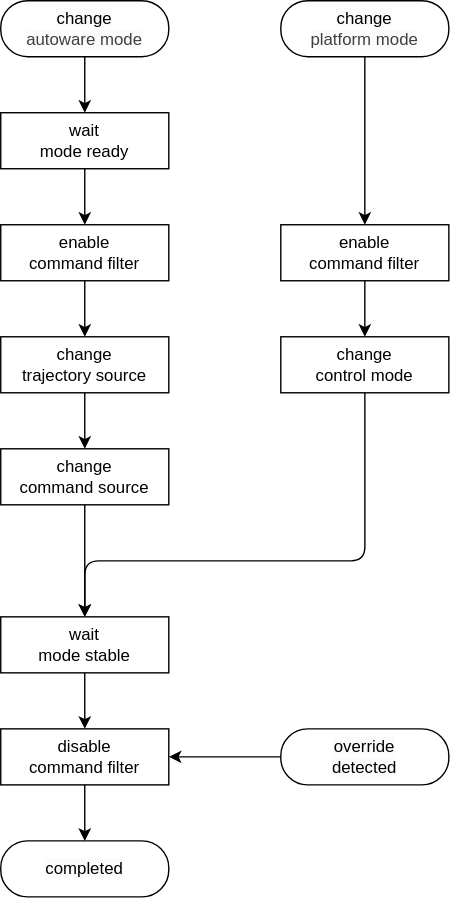
Above: system/autoware_driving_mode_manager/doc/transition-logic.drawio.svg in isamu-takagi/autoware_universe (draw.io), before the change. Source tidied: cells renumbered, new cells last; positions are measured from the earlier drawing's top-left corner, leaving out a move shared by most shapes. Its diagram source:
```xml
<mxGraphModel>
  <root>
    <mxCell id="0" />
    <mxCell id="1" parent="0" />
    <mxCell id="2" style="edgeStyle=orthogonalEdgeStyle;shape=connector;rounded=1;html=1;strokeColor=default;align=center;verticalAlign=middle;fontFamily=Helvetica;fontSize=11;fontColor=default;labelBackgroundColor=default;endArrow=classic;" parent="1" edge="1" source="3" target="7">
      <mxGeometry relative="1" as="geometry" />
    </mxCell>
    <mxCell id="3" value="enable&lt;div&gt;command filter&lt;/div&gt;" style="rounded=0;whiteSpace=wrap;html=1;" parent="1" vertex="1">
      <mxGeometry y="160" width="120" height="40" as="geometry" />
    </mxCell>
    <mxCell id="4" style="edgeStyle=orthogonalEdgeStyle;shape=connector;rounded=1;html=1;strokeColor=default;align=center;verticalAlign=middle;fontFamily=Helvetica;fontSize=11;fontColor=default;labelBackgroundColor=default;endArrow=classic;" parent="1" edge="1" source="5" target="3">
      <mxGeometry relative="1" as="geometry" />
    </mxCell>
    <mxCell id="5" value="wait&lt;div&gt;mode ready&lt;/div&gt;" style="rounded=0;whiteSpace=wrap;html=1;" parent="1" vertex="1">
      <mxGeometry y="80" width="120" height="40" as="geometry" />
    </mxCell>
    <mxCell id="6" style="edgeStyle=none;html=1;" parent="1" edge="1" source="7" target="9">
      <mxGeometry relative="1" as="geometry" />
    </mxCell>
    <mxCell id="7" value="change&lt;div&gt;trajectory source&lt;/div&gt;" style="rounded=0;whiteSpace=wrap;html=1;" parent="1" vertex="1">
      <mxGeometry y="240" width="120" height="40" as="geometry" />
    </mxCell>
    <mxCell id="8" style="edgeStyle=orthogonalEdgeStyle;html=1;" parent="1" edge="1" source="9" target="15">
      <mxGeometry relative="1" as="geometry" />
    </mxCell>
    <mxCell id="9" value="change&lt;div&gt;command source&lt;/div&gt;" style="rounded=0;whiteSpace=wrap;html=1;" parent="1" vertex="1">
      <mxGeometry y="320" width="120" height="40" as="geometry" />
    </mxCell>
    <mxCell id="10" style="edgeStyle=orthogonalEdgeStyle;shape=connector;rounded=1;html=1;strokeColor=default;align=center;verticalAlign=middle;fontFamily=Helvetica;fontSize=11;fontColor=default;labelBackgroundColor=default;endArrow=classic;" parent="1" edge="1" source="11" target="13">
      <mxGeometry relative="1" as="geometry" />
    </mxCell>
    <mxCell id="11" value="enable&lt;div&gt;command filter&lt;/div&gt;" style="rounded=0;whiteSpace=wrap;html=1;" parent="1" vertex="1">
      <mxGeometry x="200" y="160" width="120" height="40" as="geometry" />
    </mxCell>
    <mxCell id="12" style="edgeStyle=orthogonalEdgeStyle;shape=connector;rounded=1;html=1;strokeColor=default;align=center;verticalAlign=middle;fontFamily=Helvetica;fontSize=11;fontColor=default;labelBackgroundColor=default;endArrow=classic;" parent="1" edge="1" source="13" target="15">
      <mxGeometry relative="1" as="geometry">
        <Array as="points">
          <mxPoint x="260" y="400" />
          <mxPoint x="60" y="400" />
        </Array>
      </mxGeometry>
    </mxCell>
    <mxCell id="13" value="change&lt;div&gt;control mode&lt;/div&gt;" style="rounded=0;whiteSpace=wrap;html=1;" parent="1" vertex="1">
      <mxGeometry x="200" y="240" width="120" height="40" as="geometry" />
    </mxCell>
    <mxCell id="14" style="edgeStyle=orthogonalEdgeStyle;shape=connector;rounded=1;html=1;strokeColor=default;align=center;verticalAlign=middle;fontFamily=Helvetica;fontSize=11;fontColor=default;labelBackgroundColor=default;endArrow=classic;" parent="1" edge="1" source="15" target="17">
      <mxGeometry relative="1" as="geometry" />
    </mxCell>
    <mxCell id="15" value="wait&lt;div&gt;mode stable&lt;/div&gt;" style="rounded=0;whiteSpace=wrap;html=1;" parent="1" vertex="1">
      <mxGeometry y="440" width="120" height="40" as="geometry" />
    </mxCell>
    <mxCell id="16" style="edgeStyle=orthogonalEdgeStyle;shape=connector;rounded=1;html=1;strokeColor=default;align=center;verticalAlign=middle;fontFamily=Helvetica;fontSize=11;fontColor=default;labelBackgroundColor=default;endArrow=classic;" parent="1" edge="1" source="17" target="24">
      <mxGeometry relative="1" as="geometry" />
    </mxCell>
    <mxCell id="17" value="disable&lt;div&gt;command filter&lt;/div&gt;" style="rounded=0;whiteSpace=wrap;html=1;" parent="1" vertex="1">
      <mxGeometry y="520" width="120" height="40" as="geometry" />
    </mxCell>
    <mxCell id="18" style="edgeStyle=orthogonalEdgeStyle;shape=connector;rounded=1;html=1;strokeColor=default;align=center;verticalAlign=middle;fontFamily=Helvetica;fontSize=11;fontColor=default;labelBackgroundColor=default;endArrow=classic;" parent="1" edge="1" source="19" target="5">
      <mxGeometry relative="1" as="geometry" />
    </mxCell>
    <mxCell id="19" value="&lt;span style=&quot;color: rgb(0, 0, 0); font-size: 12px; background-color: rgb(251, 251, 251);&quot;&gt;change&lt;/span&gt;&lt;div style=&quot;color: rgb(63, 63, 63); scrollbar-color: rgb(226, 226, 226) rgb(251, 251, 251); font-size: 12px; background-color: rgb(251, 251, 251);&quot;&gt;autoware mode&lt;/div&gt;" style="rounded=1;whiteSpace=wrap;html=1;fontFamily=Helvetica;fontSize=11;fontColor=default;labelBackgroundColor=default;arcSize=48;" parent="1" vertex="1">
      <mxGeometry width="120" height="40" as="geometry" />
    </mxCell>
    <mxCell id="20" style="edgeStyle=orthogonalEdgeStyle;shape=connector;rounded=1;html=1;strokeColor=default;align=center;verticalAlign=middle;fontFamily=Helvetica;fontSize=11;fontColor=default;labelBackgroundColor=default;endArrow=classic;" parent="1" edge="1" source="21" target="11">
      <mxGeometry relative="1" as="geometry" />
    </mxCell>
    <mxCell id="21" value="&lt;span style=&quot;color: rgb(0, 0, 0); font-size: 12px; background-color: rgb(251, 251, 251);&quot;&gt;change&lt;/span&gt;&lt;div style=&quot;color: rgb(63, 63, 63); scrollbar-color: rgb(226, 226, 226) rgb(251, 251, 251); font-size: 12px; background-color: rgb(251, 251, 251);&quot;&gt;platform mode&lt;/div&gt;" style="rounded=1;whiteSpace=wrap;html=1;fontFamily=Helvetica;fontSize=11;fontColor=default;labelBackgroundColor=default;arcSize=48;" parent="1" vertex="1">
      <mxGeometry x="200" width="120" height="40" as="geometry" />
    </mxCell>
    <mxCell id="22" style="edgeStyle=orthogonalEdgeStyle;shape=connector;rounded=1;html=1;strokeColor=default;align=center;verticalAlign=middle;fontFamily=Helvetica;fontSize=11;fontColor=default;labelBackgroundColor=default;endArrow=classic;" parent="1" edge="1" source="23" target="17">
      <mxGeometry relative="1" as="geometry" />
    </mxCell>
    <mxCell id="23" value="&lt;span style=&quot;color: rgb(0, 0, 0); font-size: 12px; background-color: rgb(251, 251, 251);&quot;&gt;override&lt;/span&gt;&lt;div&gt;&lt;font color=&quot;#000000&quot;&gt;&lt;span style=&quot;font-size: 12px; background-color: rgb(251, 251, 251);&quot;&gt;detected&lt;/span&gt;&lt;/font&gt;&lt;/div&gt;" style="rounded=1;whiteSpace=wrap;html=1;fontFamily=Helvetica;fontSize=11;fontColor=default;labelBackgroundColor=default;arcSize=48;" parent="1" vertex="1">
      <mxGeometry x="200" y="520" width="120" height="40" as="geometry" />
    </mxCell>
    <mxCell id="24" value="&lt;span style=&quot;font-size: 12px; background-color: rgb(251, 251, 251);&quot;&gt;completed&lt;/span&gt;" style="rounded=1;whiteSpace=wrap;html=1;fontFamily=Helvetica;fontSize=11;fontColor=default;labelBackgroundColor=default;arcSize=48;" parent="1" vertex="1">
      <mxGeometry y="600" width="120" height="40" as="geometry" />
    </mxCell>
  </root>
</mxGraphModel>
```
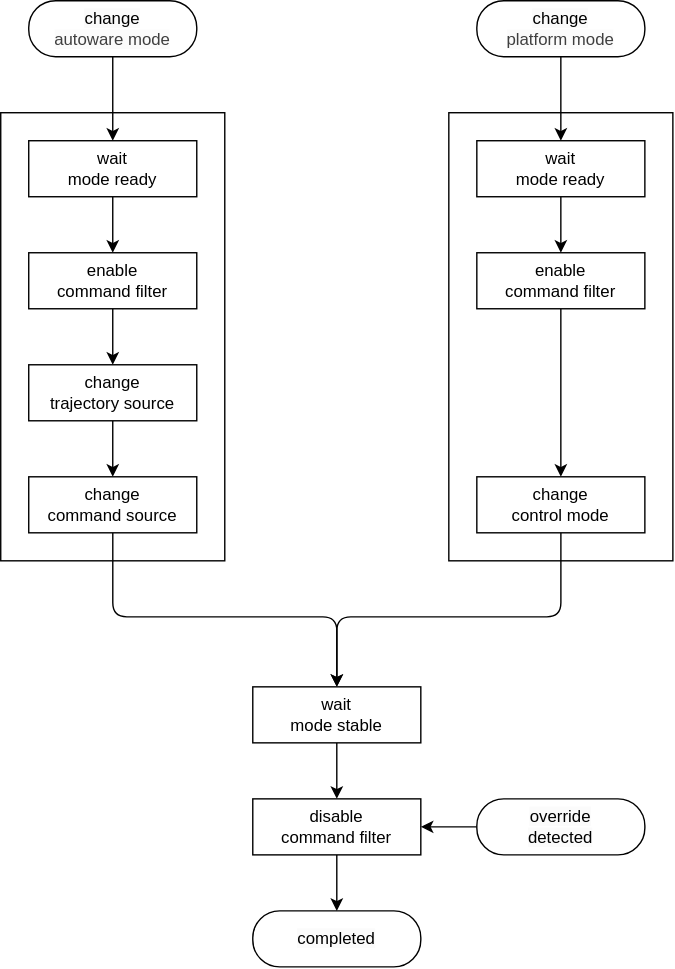
After the commit.

Commit message:
add task type

What changed in the source:
```diff
@@ -2,79 +2,96 @@
   <root>
     <mxCell id="0" />
     <mxCell id="1" parent="0" />
+    <mxCell id="25" style="rounded=0;whiteSpace=wrap;html=1;" parent="1" vertex="1">
+      <mxGeometry x="320" y="80" width="160" height="320" as="geometry" />
+    </mxCell>
+    <mxCell id="26" style="rounded=0;whiteSpace=wrap;html=1;" parent="1" vertex="1">
+      <mxGeometry y="80" width="160" height="320" as="geometry" />
+    </mxCell>
     <mxCell id="2" style="edgeStyle=orthogonalEdgeStyle;shape=connector;rounded=1;html=1;strokeColor=default;align=center;verticalAlign=middle;fontFamily=Helvetica;fontSize=11;fontColor=default;labelBackgroundColor=default;endArrow=classic;" parent="1" edge="1" source="3" target="7">
       <mxGeometry relative="1" as="geometry" />
     </mxCell>
     <mxCell id="3" value="enable&lt;div&gt;command filter&lt;/div&gt;" style="rounded=0;whiteSpace=wrap;html=1;" parent="1" vertex="1">
-      <mxGeometry y="160" width="120" height="40" as="geometry" />
+      <mxGeometry x="20" y="180" width="120" height="40" as="geometry" />
     </mxCell>
     <mxCell id="4" style="edgeStyle=orthogonalEdgeStyle;shape=connector;rounded=1;html=1;strokeColor=default;align=center;verticalAlign=middle;fontFamily=Helvetica;fontSize=11;fontColor=default;labelBackgroundColor=default;endArrow=classic;" parent="1" edge="1" source="5" target="3">
       <mxGeometry relative="1" as="geometry" />
     </mxCell>
     <mxCell id="5" value="wait&lt;div&gt;mode ready&lt;/div&gt;" style="rounded=0;whiteSpace=wrap;html=1;" parent="1" vertex="1">
-      <mxGeometry y="80" width="120" height="40" as="geometry" />
+      <mxGeometry x="20" y="100" width="120" height="40" as="geometry" />
     </mxCell>
     <mxCell id="6" style="edgeStyle=none;html=1;" parent="1" edge="1" source="7" target="9">
       <mxGeometry relative="1" as="geometry" />
     </mxCell>
     <mxCell id="7" value="change&lt;div&gt;trajectory source&lt;/div&gt;" style="rounded=0;whiteSpace=wrap;html=1;" parent="1" vertex="1">
-      <mxGeometry y="240" width="120" height="40" as="geometry" />
+      <mxGeometry x="20" y="260" width="120" height="40" as="geometry" />
     </mxCell>
     <mxCell id="8" style="edgeStyle=orthogonalEdgeStyle;html=1;" parent="1" edge="1" source="9" target="15">
-      <mxGeometry relative="1" as="geometry" />
+      <mxGeometry relative="1" as="geometry">
+        <Array as="points">
+          <mxPoint x="80" y="440" />
+          <mxPoint x="240" y="440" />
+        </Array>
+      </mxGeometry>
     </mxCell>
     <mxCell id="9" value="change&lt;div&gt;command source&lt;/div&gt;" style="rounded=0;whiteSpace=wrap;html=1;" parent="1" vertex="1">
-      <mxGeometry y="320" width="120" height="40" as="geometry" />
+      <mxGeometry x="20" y="340" width="120" height="40" as="geometry" />
     </mxCell>
     <mxCell id="10" style="edgeStyle=orthogonalEdgeStyle;shape=connector;rounded=1;html=1;strokeColor=default;align=center;verticalAlign=middle;fontFamily=Helvetica;fontSize=11;fontColor=default;labelBackgroundColor=default;endArrow=classic;" parent="1" edge="1" source="11" target="13">
       <mxGeometry relative="1" as="geometry" />
     </mxCell>
     <mxCell id="11" value="enable&lt;div&gt;command filter&lt;/div&gt;" style="rounded=0;whiteSpace=wrap;html=1;" parent="1" vertex="1">
-      <mxGeometry x="200" y="160" width="120" height="40" as="geometry" />
+      <mxGeometry x="340" y="180" width="120" height="40" as="geometry" />
     </mxCell>
     <mxCell id="12" style="edgeStyle=orthogonalEdgeStyle;shape=connector;rounded=1;html=1;strokeColor=default;align=center;verticalAlign=middle;fontFamily=Helvetica;fontSize=11;fontColor=default;labelBackgroundColor=default;endArrow=classic;" parent="1" edge="1" source="13" target="15">
       <mxGeometry relative="1" as="geometry">
         <Array as="points">
-          <mxPoint x="260" y="400" />
-          <mxPoint x="60" y="400" />
+          <mxPoint x="400" y="440" />
+          <mxPoint x="240" y="440" />
         </Array>
       </mxGeometry>
     </mxCell>
     <mxCell id="13" value="change&lt;div&gt;control mode&lt;/div&gt;" style="rounded=0;whiteSpace=wrap;html=1;" parent="1" vertex="1">
-      <mxGeometry x="200" y="240" width="120" height="40" as="geometry" />
+      <mxGeometry x="340" y="340" width="120" height="40" as="geometry" />
     </mxCell>
     <mxCell id="14" style="edgeStyle=orthogonalEdgeStyle;shape=connector;rounded=1;html=1;strokeColor=default;align=center;verticalAlign=middle;fontFamily=Helvetica;fontSize=11;fontColor=default;labelBackgroundColor=default;endArrow=classic;" parent="1" edge="1" source="15" target="17">
       <mxGeometry relative="1" as="geometry" />
     </mxCell>
     <mxCell id="15" value="wait&lt;div&gt;mode stable&lt;/div&gt;" style="rounded=0;whiteSpace=wrap;html=1;" parent="1" vertex="1">
-      <mxGeometry y="440" width="120" height="40" as="geometry" />
+      <mxGeometry x="180" y="490" width="120" height="40" as="geometry" />
     </mxCell>
     <mxCell id="16" style="edgeStyle=orthogonalEdgeStyle;shape=connector;rounded=1;html=1;strokeColor=default;align=center;verticalAlign=middle;fontFamily=Helvetica;fontSize=11;fontColor=default;labelBackgroundColor=default;endArrow=classic;" parent="1" edge="1" source="17" target="24">
       <mxGeometry relative="1" as="geometry" />
     </mxCell>
     <mxCell id="17" value="disable&lt;div&gt;command filter&lt;/div&gt;" style="rounded=0;whiteSpace=wrap;html=1;" parent="1" vertex="1">
-      <mxGeometry y="520" width="120" height="40" as="geometry" />
+      <mxGeometry x="180" y="570" width="120" height="40" as="geometry" />
     </mxCell>
     <mxCell id="18" style="edgeStyle=orthogonalEdgeStyle;shape=connector;rounded=1;html=1;strokeColor=default;align=center;verticalAlign=middle;fontFamily=Helvetica;fontSize=11;fontColor=default;labelBackgroundColor=default;endArrow=classic;" parent="1" edge="1" source="19" target="5">
       <mxGeometry relative="1" as="geometry" />
     </mxCell>
     <mxCell id="19" value="&lt;span style=&quot;color: rgb(0, 0, 0); font-size: 12px; background-color: rgb(251, 251, 251);&quot;&gt;change&lt;/span&gt;&lt;div style=&quot;color: rgb(63, 63, 63); scrollbar-color: rgb(226, 226, 226) rgb(251, 251, 251); font-size: 12px; background-color: rgb(251, 251, 251);&quot;&gt;autoware mode&lt;/div&gt;" style="rounded=1;whiteSpace=wrap;html=1;fontFamily=Helvetica;fontSize=11;fontColor=default;labelBackgroundColor=default;arcSize=48;" parent="1" vertex="1">
-      <mxGeometry width="120" height="40" as="geometry" />
+      <mxGeometry x="20" width="120" height="40" as="geometry" />
     </mxCell>
-    <mxCell id="20" style="edgeStyle=orthogonalEdgeStyle;shape=connector;rounded=1;html=1;strokeColor=default;align=center;verticalAlign=middle;fontFamily=Helvetica;fontSize=11;fontColor=default;labelBackgroundColor=default;endArrow=classic;" parent="1" edge="1" source="21" target="11">
-      <mxGeometry relative="1" as="geometry" />
-    </mxCell>
+    <mxCell id="27" style="edgeStyle=none;html=1;" parent="1" edge="1" source="21" target="29">
+      <mxGeometry relative="1" as="geometry" />
+    </mxCell>
     <mxCell id="21" value="&lt;span style=&quot;color: rgb(0, 0, 0); font-size: 12px; background-color: rgb(251, 251, 251);&quot;&gt;change&lt;/span&gt;&lt;div style=&quot;color: rgb(63, 63, 63); scrollbar-color: rgb(226, 226, 226) rgb(251, 251, 251); font-size: 12px; background-color: rgb(251, 251, 251);&quot;&gt;platform mode&lt;/div&gt;" style="rounded=1;whiteSpace=wrap;html=1;fontFamily=Helvetica;fontSize=11;fontColor=default;labelBackgroundColor=default;arcSize=48;" parent="1" vertex="1">
-      <mxGeometry x="200" width="120" height="40" as="geometry" />
+      <mxGeometry x="340" width="120" height="40" as="geometry" />
     </mxCell>
     <mxCell id="22" style="edgeStyle=orthogonalEdgeStyle;shape=connector;rounded=1;html=1;strokeColor=default;align=center;verticalAlign=middle;fontFamily=Helvetica;fontSize=11;fontColor=default;labelBackgroundColor=default;endArrow=classic;" parent="1" edge="1" source="23" target="17">
       <mxGeometry relative="1" as="geometry" />
     </mxCell>
     <mxCell id="23" value="&lt;span style=&quot;color: rgb(0, 0, 0); font-size: 12px; background-color: rgb(251, 251, 251);&quot;&gt;override&lt;/span&gt;&lt;div&gt;&lt;font color=&quot;#000000&quot;&gt;&lt;span style=&quot;font-size: 12px; background-color: rgb(251, 251, 251);&quot;&gt;detected&lt;/span&gt;&lt;/font&gt;&lt;/div&gt;" style="rounded=1;whiteSpace=wrap;html=1;fontFamily=Helvetica;fontSize=11;fontColor=default;labelBackgroundColor=default;arcSize=48;" parent="1" vertex="1">
-      <mxGeometry x="200" y="520" width="120" height="40" as="geometry" />
+      <mxGeometry x="340" y="570" width="120" height="40" as="geometry" />
     </mxCell>
     <mxCell id="24" value="&lt;span style=&quot;font-size: 12px; background-color: rgb(251, 251, 251);&quot;&gt;completed&lt;/span&gt;" style="rounded=1;whiteSpace=wrap;html=1;fontFamily=Helvetica;fontSize=11;fontColor=default;labelBackgroundColor=default;arcSize=48;" parent="1" vertex="1">
-      <mxGeometry y="600" width="120" height="40" as="geometry" />
+      <mxGeometry x="180" y="650" width="120" height="40" as="geometry" />
     </mxCell>
+    <mxCell id="28" style="edgeStyle=none;html=1;" parent="1" edge="1" source="29" target="11">
+      <mxGeometry relative="1" as="geometry" />
+    </mxCell>
+    <mxCell id="29" value="wait&lt;div&gt;mode ready&lt;/div&gt;" style="rounded=0;whiteSpace=wrap;html=1;" parent="1" vertex="1">
+      <mxGeometry x="340" y="100" width="120" height="40" as="geometry" />
+    </mxCell>
   </root>
 </mxGraphModel>
```
